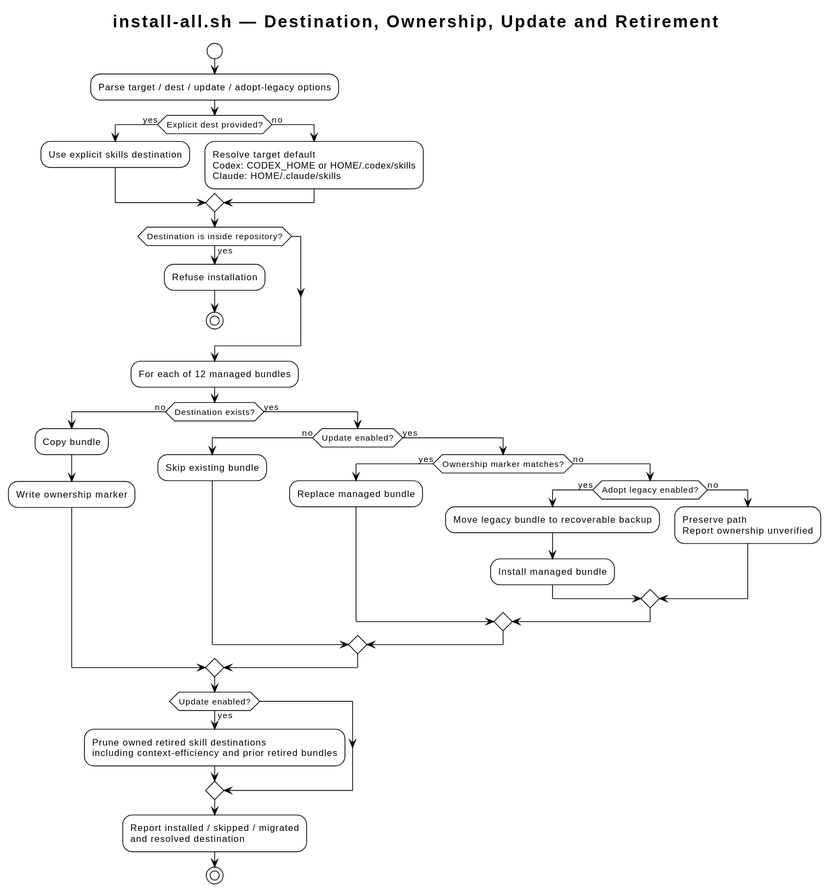
i-zrhe2016/codex-development-workflow keeps this PlantUML diagram as docs/deployment/diagrams/installer-decision-flow.svg. Above is the earlier version.
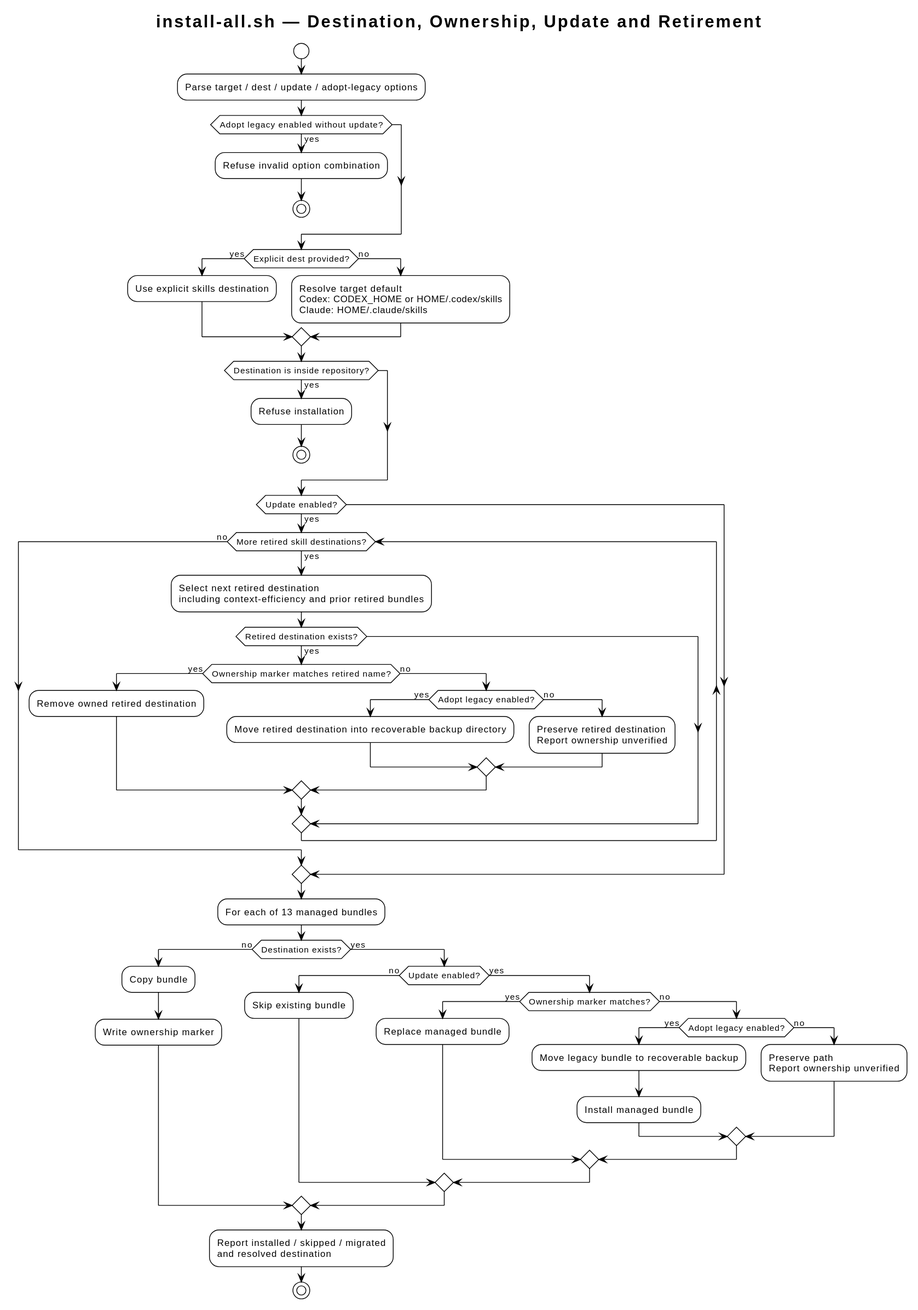
After the commit.

What changed in the source:
```diff
@@ -7,6 +7,11 @@
 
 start
 :Parse target / dest / update / adopt-legacy options;
+
+if (Adopt legacy enabled without update?) then (yes)
+  :Refuse invalid option combination;
+  stop
+endif
 
 if (Explicit dest provided?) then (yes)
   :Use explicit skills destination;
@@ -19,7 +24,24 @@
   stop
 endif
 
-:For each of 12 managed bundles;
+if (Update enabled?) then (yes)
+  while (More retired skill destinations?) is (yes)
+    :Select next retired destination\nincluding context-efficiency and prior retired bundles;
+    if (Retired destination exists?) then (yes)
+      if (Ownership marker matches retired name?) then (yes)
+        :Remove owned retired destination;
+      else (no)
+        if (Adopt legacy enabled?) then (yes)
+          :Move retired destination into recoverable backup directory;
+        else (no)
+          :Preserve retired destination\nReport ownership unverified;
+        endif
+      endif
+    endif
+  endwhile (no)
+endif
+
+:For each of 13 managed bundles;
 
 if (Destination exists?) then (no)
   :Copy bundle;
@@ -41,10 +63,6 @@
   endif
 endif
 
-if (Update enabled?) then (yes)
-  :Prune owned retired skill destinations\nincluding context-efficiency and prior retired bundles;
-endif
-
 :Report installed / skipped / migrated\nand resolved destination;
 stop
 @enduml
```
